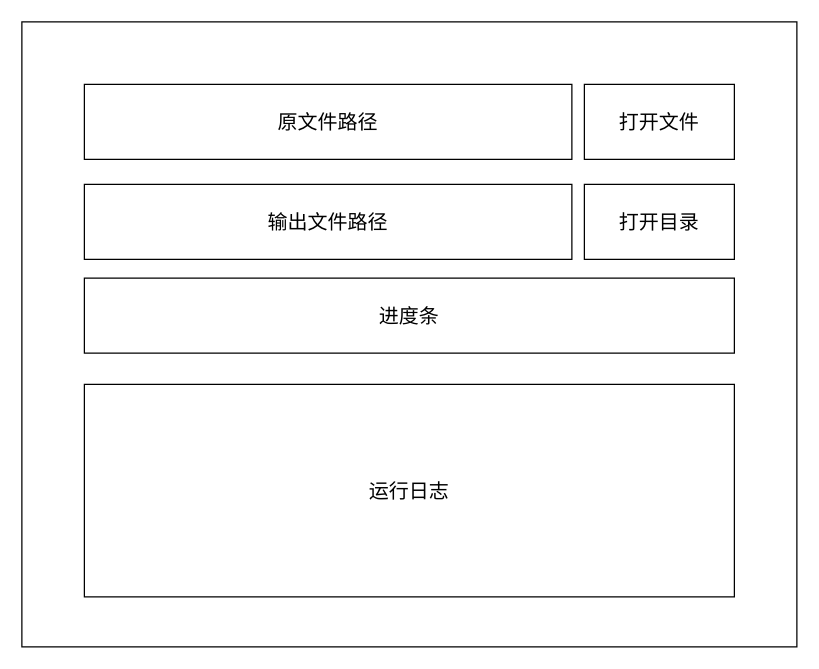
Earlier version of the draw.io diagram gui/ui.dio (zhwryan/basketball). Source tidied: cells renumbered, new cells numbered last; positions are measured from the earlier drawing's top-left corner, leaving out a move shared by most shapes. Both pictures are drawn from the tidied source at 125%, with x=0, y=0 at pixel (21, 21).
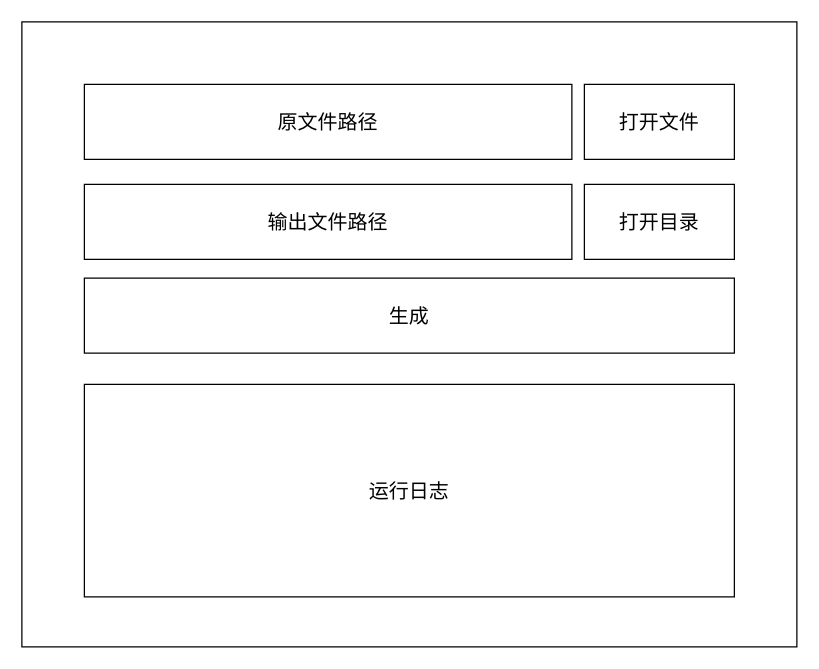
The same page after the edit.

Change to the diagram source:
```diff
@@
 <mxGraphModel>
   <root>
     <mxCell id="0" />
     <mxCell id="1" parent="0" />
     <mxCell id="2" style="rounded=0;whiteSpace=wrap;html=1;" parent="1" vertex="1">
       <mxGeometry width="620" height="500" as="geometry" />
     </mxCell>
     <mxCell id="3" value="&lt;font style=&quot;font-size: 16px;&quot;&gt;打开文件&lt;/font&gt;" style="rounded=0;whiteSpace=wrap;html=1;" parent="1" vertex="1">
       <mxGeometry x="450" y="50" width="120" height="60" as="geometry" />
     </mxCell>
     <mxCell id="4" value="原文件路径" style="rounded=0;whiteSpace=wrap;html=1;fontSize=16;" parent="1" vertex="1">
       <mxGeometry x="50" y="50" width="390" height="60" as="geometry" />
     </mxCell>
     <mxCell id="5" value="&lt;font style=&quot;font-size: 16px;&quot;&gt;打开目录&lt;/font&gt;" style="rounded=0;whiteSpace=wrap;html=1;" parent="1" vertex="1">
       <mxGeometry x="450" y="130" width="120" height="60" as="geometry" />
     </mxCell>
     <mxCell id="6" value="输出文件路径" style="rounded=0;whiteSpace=wrap;html=1;fontSize=16;" parent="1" vertex="1">
       <mxGeometry x="50" y="130" width="390" height="60" as="geometry" />
     </mxCell>
-    <mxCell id="7" value="进度条" style="rounded=0;whiteSpace=wrap;html=1;fontSize=16;" parent="1" vertex="1">
+    <mxCell id="7" value="生成" style="rounded=0;whiteSpace=wrap;html=1;fontSize=16;" parent="1" vertex="1">
       <mxGeometry x="50" y="205" width="520" height="60" as="geometry" />
     </mxCell>
     <mxCell id="8" value="运行日志" style="rounded=0;whiteSpace=wrap;html=1;fontSize=16;" parent="1" vertex="1">
       <mxGeometry x="50" y="290" width="520" height="170" as="geometry" />
     </mxCell>
   </root>
 </mxGraphModel>
```
